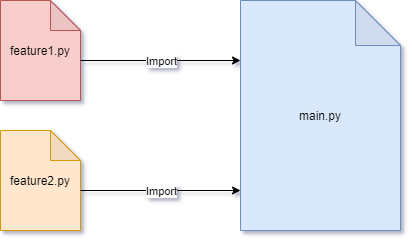
Raision-seudun-koulutuskuntayhtyma/Tietokannat keeps this draw.io diagram as docs/pics/ModulitDev.drawio.png. Above is the earlier version. Source tidied: cells renumbered, new cells last; positions are measured from the earlier drawing's top-left corner, leaving out a move shared by most shapes.
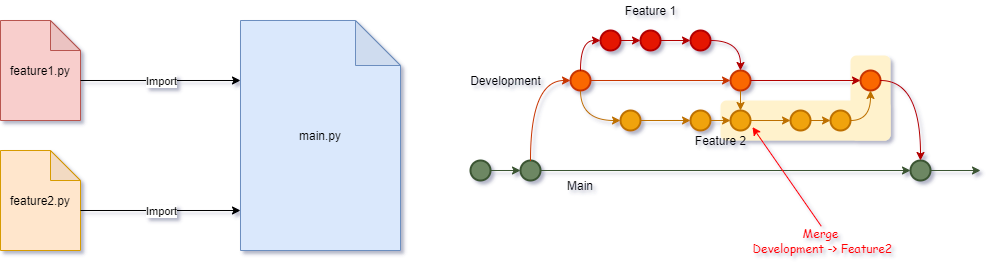
Later version of the same file.

Diff of the diagram source:
```diff
@@ -2,32 +2,171 @@
   <root>
     <mxCell id="0" />
     <mxCell id="1" parent="0" />
-    <mxCell id="2" value="main.py" style="shape=note;whiteSpace=wrap;html=1;backgroundOutline=1;darkOpacity=0.05;fillColor=#dae8fc;strokeColor=#6c8ebf;size=45;" parent="1" vertex="1">
-      <mxGeometry x="240" width="160" height="230" as="geometry" />
+    <mxCell id="2" style="group;" parent="1" vertex="1">
+      <mxGeometry x="240" width="520" height="200" as="geometry" />
     </mxCell>
-    <mxCell id="3" value="feature2.py" style="shape=note;whiteSpace=wrap;html=1;backgroundOutline=1;darkOpacity=0.05;fillColor=#ffe6cc;strokeColor=#d79b00;" parent="1" vertex="1">
-      <mxGeometry y="130" width="80" height="100" as="geometry" />
+    <mxCell id="3" style="rounded=1;whiteSpace=wrap;html=1;sketch=0;fillColor=#fff2cc;strokeColor=none;rotation=-90;" parent="2" vertex="1">
+      <mxGeometry x="367.5" y="77.5" width="85" height="40" as="geometry" />
     </mxCell>
-    <mxCell id="4" style="endArrow=classic;html=1;rounded=0;edgeStyle=orthogonalEdgeStyle;" parent="1" edge="1">
-      <mxGeometry relative="1" as="geometry">
-        <mxPoint x="80" y="190" as="sourcePoint" />
-        <mxPoint x="240" y="190" as="targetPoint" />
-      </mxGeometry>
+    <mxCell id="4" style="rounded=1;whiteSpace=wrap;html=1;sketch=0;fillColor=#fff2cc;strokeColor=none;" parent="2" vertex="1">
+      <mxGeometry x="260" y="100" width="170" height="40" as="geometry" />
     </mxCell>
-    <mxCell id="5" value="Import" style="edgeLabel;html=1;align=center;verticalAlign=middle;" parent="4" vertex="1">
-      <mxGeometry relative="1" as="geometry" />
+    <mxCell id="5" style="strokeWidth=2;html=1;shape=mxgraph.flowchart.start_2;whiteSpace=wrap;fillColor=#6d8764;strokeColor=#3A5431;fontColor=#ffffff;" parent="2" vertex="1">
+      <mxGeometry x="60" y="160" width="20" height="20" as="geometry" />
     </mxCell>
-    <mxCell id="6" value="feature1.py" style="shape=note;whiteSpace=wrap;html=1;backgroundOutline=1;darkOpacity=0.05;fillColor=#f8cecc;strokeColor=#b85450;sketch=0;" parent="1" vertex="1">
-      <mxGeometry width="80" height="100" as="geometry" />
+    <mxCell id="6" style="strokeWidth=2;html=1;shape=mxgraph.flowchart.start_2;whiteSpace=wrap;fillColor=#fa6800;strokeColor=#C73500;fontColor=#000000;" parent="2" vertex="1">
+      <mxGeometry x="110" y="70" width="20" height="20" as="geometry" />
     </mxCell>
-    <mxCell id="7" style="endArrow=classic;html=1;rounded=0;edgeStyle=orthogonalEdgeStyle;" parent="1" edge="1">
+    <mxCell id="7" style="edgeStyle=orthogonalEdgeStyle;curved=1;jettySize=auto;html=1;entryX=0;entryY=0.5;entryDx=0;entryDy=0;entryPerimeter=0;fillColor=#fa6800;strokeColor=#C73500;" parent="2" edge="1" source="5" target="6">
       <mxGeometry relative="1" as="geometry">
-        <mxPoint x="80" y="60" as="sourcePoint" />
-        <mxPoint x="240" y="60" as="targetPoint" />
+        <Array as="points">
+          <mxPoint x="70" y="80" />
+        </Array>
       </mxGeometry>
     </mxCell>
-    <mxCell id="8" value="Import" style="edgeLabel;html=1;align=center;verticalAlign=middle;" parent="7" vertex="1">
-      <mxGeometry relative="1" as="geometry" />
+    <mxCell id="8" style="strokeWidth=2;html=1;shape=mxgraph.flowchart.start_2;whiteSpace=wrap;fillColor=#e51400;strokeColor=#B20000;fontColor=#ffffff;" parent="2" vertex="1">
+      <mxGeometry x="140" y="30" width="20" height="20" as="geometry" />
     </mxCell>
+    <mxCell id="9" style="edgeStyle=orthogonalEdgeStyle;curved=1;jettySize=auto;html=1;entryX=0;entryY=0.5;entryDx=0;entryDy=0;entryPerimeter=0;fillColor=#e51400;strokeColor=#B20000;" parent="2" edge="1" source="6" target="8">
+      <mxGeometry relative="1" as="geometry">
+        <Array as="points">
+          <mxPoint x="120" y="40" />
+        </Array>
+      </mxGeometry>
+    </mxCell>
+    <mxCell id="10" style="strokeWidth=2;html=1;shape=mxgraph.flowchart.start_2;whiteSpace=wrap;fillColor=#e51400;strokeColor=#B20000;fontColor=#ffffff;" parent="2" vertex="1">
+      <mxGeometry x="180" y="30" width="20" height="20" as="geometry" />
+    </mxCell>
+    <mxCell id="11" style="edgeStyle=orthogonalEdgeStyle;curved=1;jettySize=auto;html=1;entryX=0;entryY=0.5;entryDx=0;entryDy=0;entryPerimeter=0;fillColor=#e51400;strokeColor=#B20000;" parent="2" edge="1" source="8" target="10">
+      <mxGeometry relative="1" as="geometry" />
+    </mxCell>
+    <mxCell id="12" style="strokeWidth=2;html=1;shape=mxgraph.flowchart.start_2;whiteSpace=wrap;fillColor=#e51400;strokeColor=#B20000;fontColor=#ffffff;" parent="2" vertex="1">
+      <mxGeometry x="230" y="30" width="20" height="20" as="geometry" />
+    </mxCell>
+    <mxCell id="13" style="edgeStyle=orthogonalEdgeStyle;curved=1;jettySize=auto;html=1;entryX=0;entryY=0.5;entryDx=0;entryDy=0;entryPerimeter=0;fillColor=#e51400;strokeColor=#B20000;" parent="2" edge="1" source="10" target="12">
+      <mxGeometry relative="1" as="geometry" />
+    </mxCell>
+    <mxCell id="14" style="strokeWidth=2;html=1;shape=mxgraph.flowchart.start_2;whiteSpace=wrap;fillColor=#f0a30a;strokeColor=#BD7000;fontColor=#000000;" parent="2" vertex="1">
+      <mxGeometry x="160" y="110" width="20" height="20" as="geometry" />
+    </mxCell>
+    <mxCell id="15" style="edgeStyle=orthogonalEdgeStyle;curved=1;jettySize=auto;html=1;entryX=0;entryY=0.5;entryDx=0;entryDy=0;entryPerimeter=0;fillColor=#f0a30a;strokeColor=#BD7000;" parent="2" edge="1" source="6" target="14">
+      <mxGeometry relative="1" as="geometry">
+        <Array as="points">
+          <mxPoint x="120" y="120" />
+        </Array>
+      </mxGeometry>
+    </mxCell>
+    <mxCell id="16" style="strokeWidth=2;html=1;shape=mxgraph.flowchart.start_2;whiteSpace=wrap;fillColor=#f0a30a;strokeColor=#BD7000;fontColor=#000000;" parent="2" vertex="1">
+      <mxGeometry x="230" y="110" width="20" height="20" as="geometry" />
+    </mxCell>
+    <mxCell id="17" style="edgeStyle=orthogonalEdgeStyle;curved=1;jettySize=auto;html=1;entryX=0;entryY=0.5;entryDx=0;entryDy=0;entryPerimeter=0;fillColor=#f0a30a;strokeColor=#BD7000;" parent="2" edge="1" source="14" target="16">
+      <mxGeometry relative="1" as="geometry" />
+    </mxCell>
+    <mxCell id="18" style="strokeWidth=2;html=1;shape=mxgraph.flowchart.start_2;whiteSpace=wrap;fillColor=#f0a30a;strokeColor=#BD7000;fontColor=#000000;" parent="2" vertex="1">
+      <mxGeometry x="330" y="110" width="20" height="20" as="geometry" />
+    </mxCell>
+    <mxCell id="19" style="strokeWidth=2;html=1;shape=mxgraph.flowchart.start_2;whiteSpace=wrap;fillColor=#fa6800;strokeColor=#C73500;fontColor=#000000;" parent="2" vertex="1">
+      <mxGeometry x="270" y="70" width="20" height="20" as="geometry" />
+    </mxCell>
+    <mxCell id="20" style="edgeStyle=orthogonalEdgeStyle;curved=1;jettySize=auto;html=1;entryX=0;entryY=0.5;entryDx=0;entryDy=0;entryPerimeter=0;fillColor=#fa6800;strokeColor=#C73500;" parent="2" edge="1" source="6" target="19">
+      <mxGeometry relative="1" as="geometry" />
+    </mxCell>
+    <mxCell id="21" style="edgeStyle=orthogonalEdgeStyle;curved=1;jettySize=auto;html=1;entryX=0.5;entryY=0;entryDx=0;entryDy=0;entryPerimeter=0;fillColor=#e51400;strokeColor=#B20000;" parent="2" edge="1" source="12" target="19">
+      <mxGeometry relative="1" as="geometry" />
+    </mxCell>
+    <mxCell id="22" style="edgeStyle=orthogonalEdgeStyle;curved=1;jettySize=auto;html=1;fillColor=#f0a30a;strokeColor=#BD7000;" parent="2" edge="1" source="23">
+      <mxGeometry relative="1" as="geometry">
+        <mxPoint x="330" y="120" as="targetPoint" />
+      </mxGeometry>
+    </mxCell>
+    <mxCell id="23" style="strokeWidth=2;html=1;shape=mxgraph.flowchart.start_2;whiteSpace=wrap;fillColor=#f0a30a;strokeColor=#BD7000;fontColor=#000000;" parent="2" vertex="1">
+      <mxGeometry x="270" y="110" width="20" height="20" as="geometry" />
+    </mxCell>
+    <mxCell id="24" style="edgeStyle=orthogonalEdgeStyle;curved=1;jettySize=auto;html=1;entryX=0;entryY=0.5;entryDx=0;entryDy=0;entryPerimeter=0;fillColor=#f0a30a;strokeColor=#BD7000;" parent="2" edge="1" source="16" target="23">
+      <mxGeometry relative="1" as="geometry" />
+    </mxCell>
+    <mxCell id="25" style="edgeStyle=orthogonalEdgeStyle;curved=1;jettySize=auto;html=1;fillColor=#f0a30a;strokeColor=#BD7000;" parent="2" edge="1" source="19" target="23">
+      <mxGeometry relative="1" as="geometry" />
+    </mxCell>
+    <mxCell id="26" style="strokeWidth=2;html=1;shape=mxgraph.flowchart.start_2;whiteSpace=wrap;fillColor=#f0a30a;strokeColor=#BD7000;fontColor=#000000;" parent="2" vertex="1">
+      <mxGeometry x="370" y="110" width="20" height="20" as="geometry" />
+    </mxCell>
+    <mxCell id="27" style="edgeStyle=orthogonalEdgeStyle;curved=1;jettySize=auto;html=1;entryX=0;entryY=0.5;entryDx=0;entryDy=0;entryPerimeter=0;fillColor=#f0a30a;strokeColor=#BD7000;" parent="2" edge="1" source="18" target="26">
+      <mxGeometry relative="1" as="geometry" />
+    </mxCell>
+    <mxCell id="28" style="strokeWidth=2;html=1;shape=mxgraph.flowchart.start_2;whiteSpace=wrap;fillColor=#fa6800;strokeColor=#C73500;fontColor=#000000;" parent="2" vertex="1">
+      <mxGeometry x="400" y="70" width="20" height="20" as="geometry" />
+    </mxCell>
+    <mxCell id="29" style="edgeStyle=orthogonalEdgeStyle;curved=1;jettySize=auto;html=1;entryX=0;entryY=0.5;entryDx=0;entryDy=0;entryPerimeter=0;fillColor=#e51400;strokeColor=#B20000;" parent="2" edge="1" source="19" target="28">
+      <mxGeometry relative="1" as="geometry" />
+    </mxCell>
+    <mxCell id="30" style="edgeStyle=orthogonalEdgeStyle;curved=1;jettySize=auto;html=1;entryX=0.5;entryY=1;entryDx=0;entryDy=0;entryPerimeter=0;fillColor=#f0a30a;strokeColor=#BD7000;" parent="2" edge="1" source="26" target="28">
+      <mxGeometry relative="1" as="geometry" />
+    </mxCell>
+    <mxCell id="31" style="edgeStyle=orthogonalEdgeStyle;curved=1;jettySize=auto;html=1;fillColor=#6d8764;strokeColor=#3A5431;" parent="2" edge="1" source="32">
+      <mxGeometry relative="1" as="geometry">
+        <mxPoint x="520" y="170" as="targetPoint" />
+      </mxGeometry>
+    </mxCell>
+    <mxCell id="32" style="strokeWidth=2;html=1;shape=mxgraph.flowchart.start_2;whiteSpace=wrap;fillColor=#6d8764;strokeColor=#3A5431;fontColor=#ffffff;" parent="2" vertex="1">
+      <mxGeometry x="450" y="160" width="20" height="20" as="geometry" />
+    </mxCell>
+    <mxCell id="33" style="edgeStyle=orthogonalEdgeStyle;curved=1;jettySize=auto;html=1;fillColor=#6d8764;strokeColor=#3A5431;" parent="2" edge="1" source="5" target="32">
+      <mxGeometry relative="1" as="geometry" />
+    </mxCell>
+    <mxCell id="34" style="edgeStyle=orthogonalEdgeStyle;curved=1;jettySize=auto;html=1;entryX=0.5;entryY=0;entryDx=0;entryDy=0;entryPerimeter=0;fillColor=#e51400;strokeColor=#B20000;" parent="2" edge="1" source="28" target="32">
+      <mxGeometry relative="1" as="geometry" />
+    </mxCell>
+    <mxCell id="35" value="Main" style="text;html=1;strokeColor=none;fillColor=none;align=center;verticalAlign=middle;whiteSpace=wrap;rounded=0;" parent="2" vertex="1">
+      <mxGeometry x="90" y="170" width="60" height="30" as="geometry" />
+    </mxCell>
+    <mxCell id="36" value="Development" style="text;html=1;align=center;verticalAlign=middle;strokeColor=none;fillColor=none;" parent="2" vertex="1">
+      <mxGeometry y="70" width="90" height="20" as="geometry" />
+    </mxCell>
+    <mxCell id="37" value="Feature 1" style="text;html=1;align=center;verticalAlign=middle;strokeColor=none;fillColor=none;" parent="2" vertex="1">
+      <mxGeometry x="155" width="70" height="20" as="geometry" />
+    </mxCell>
+    <mxCell id="38" value="Feature 2" style="text;html=1;align=center;verticalAlign=middle;points=[];strokeColor=none;fillColor=none;" parent="2" vertex="1">
+      <mxGeometry x="225" y="130" width="70" height="20" as="geometry" />
+    </mxCell>
+    <mxCell id="39" style="edgeStyle=orthogonalEdgeStyle;curved=1;jettySize=auto;html=1;entryX=0;entryY=0.5;entryDx=0;entryDy=0;entryPerimeter=0;fillColor=#6d8764;strokeColor=#3A5431;" parent="2" edge="1" source="40" target="5">
+      <mxGeometry relative="1" as="geometry" />
+    </mxCell>
+    <mxCell id="40" style="strokeWidth=2;html=1;shape=mxgraph.flowchart.start_2;whiteSpace=wrap;fillColor=#6d8764;strokeColor=#3A5431;fontColor=#ffffff;" parent="2" vertex="1">
+      <mxGeometry x="10" y="160" width="20" height="20" as="geometry" />
+    </mxCell>
+    <mxCell id="41" style="edgeStyle=none;rounded=0;jettySize=auto;html=1;strokeColor=#FF0000;exitX=0.505;exitY=0.025;exitDx=0;exitDy=0;exitPerimeter=0;entryX=0.957;entryY=-0.17;entryDx=0;entryDy=0;entryPerimeter=0;" parent="1" edge="1" source="42" target="38">
+      <mxGeometry x="600" y="280" as="geometry" />
+    </mxCell>
+    <mxCell id="42" value="&lt;font face=&quot;Comic Sans MS&quot; color=&quot;#ff0000&quot;&gt;Merge&lt;br&gt;&amp;nbsp;Development -&amp;gt; Feature2&lt;/font&gt;" style="text;html=1;align=center;verticalAlign=middle;points=[];strokeColor=none;fillColor=none;" parent="1" vertex="1">
+      <mxGeometry x="520" y="225" width="160" height="30" as="geometry" />
+    </mxCell>
+    <mxCell id="43" value="main.py" style="shape=note;whiteSpace=wrap;html=1;backgroundOutline=1;darkOpacity=0.05;fillColor=#dae8fc;strokeColor=#6c8ebf;size=45;" parent="1" vertex="1">
+      <mxGeometry x="20" y="20" width="160" height="230" as="geometry" />
+    </mxCell>
+    <mxCell id="44" value="feature2.py" style="shape=note;whiteSpace=wrap;html=1;backgroundOutline=1;darkOpacity=0.05;fillColor=#ffe6cc;strokeColor=#d79b00;" parent="1" vertex="1">
+      <mxGeometry x="-220" y="150" width="80" height="100" as="geometry" />
+    </mxCell>
+    <mxCell id="45" style="endArrow=classic;html=1;rounded=0;edgeStyle=orthogonalEdgeStyle;" parent="1" edge="1">
+      <mxGeometry relative="1" as="geometry">
+        <mxPoint x="-140" y="210" as="sourcePoint" />
+        <mxPoint x="20" y="210" as="targetPoint" />
+      </mxGeometry>
+    </mxCell>
+    <mxCell id="46" value="Import" style="edgeLabel;html=1;align=center;verticalAlign=middle;" parent="45" vertex="1">
+      <mxGeometry relative="1" as="geometry" />
+    </mxCell>
+    <mxCell id="47" value="feature1.py" style="shape=note;whiteSpace=wrap;html=1;backgroundOutline=1;darkOpacity=0.05;fillColor=#f8cecc;strokeColor=#b85450;sketch=0;" parent="1" vertex="1">
+      <mxGeometry x="-220" y="20" width="80" height="100" as="geometry" />
+    </mxCell>
+    <mxCell id="48" style="endArrow=classic;html=1;rounded=0;edgeStyle=orthogonalEdgeStyle;" parent="1" edge="1">
+      <mxGeometry relative="1" as="geometry">
+        <mxPoint x="-140" y="80" as="sourcePoint" />
+        <mxPoint x="20" y="80" as="targetPoint" />
+      </mxGeometry>
+    </mxCell>
+    <mxCell id="49" value="Import" style="edgeLabel;html=1;align=center;verticalAlign=middle;" parent="48" vertex="1">
+      <mxGeometry relative="1" as="geometry" />
+    </mxCell>
   </root>
 </mxGraphModel>
```
